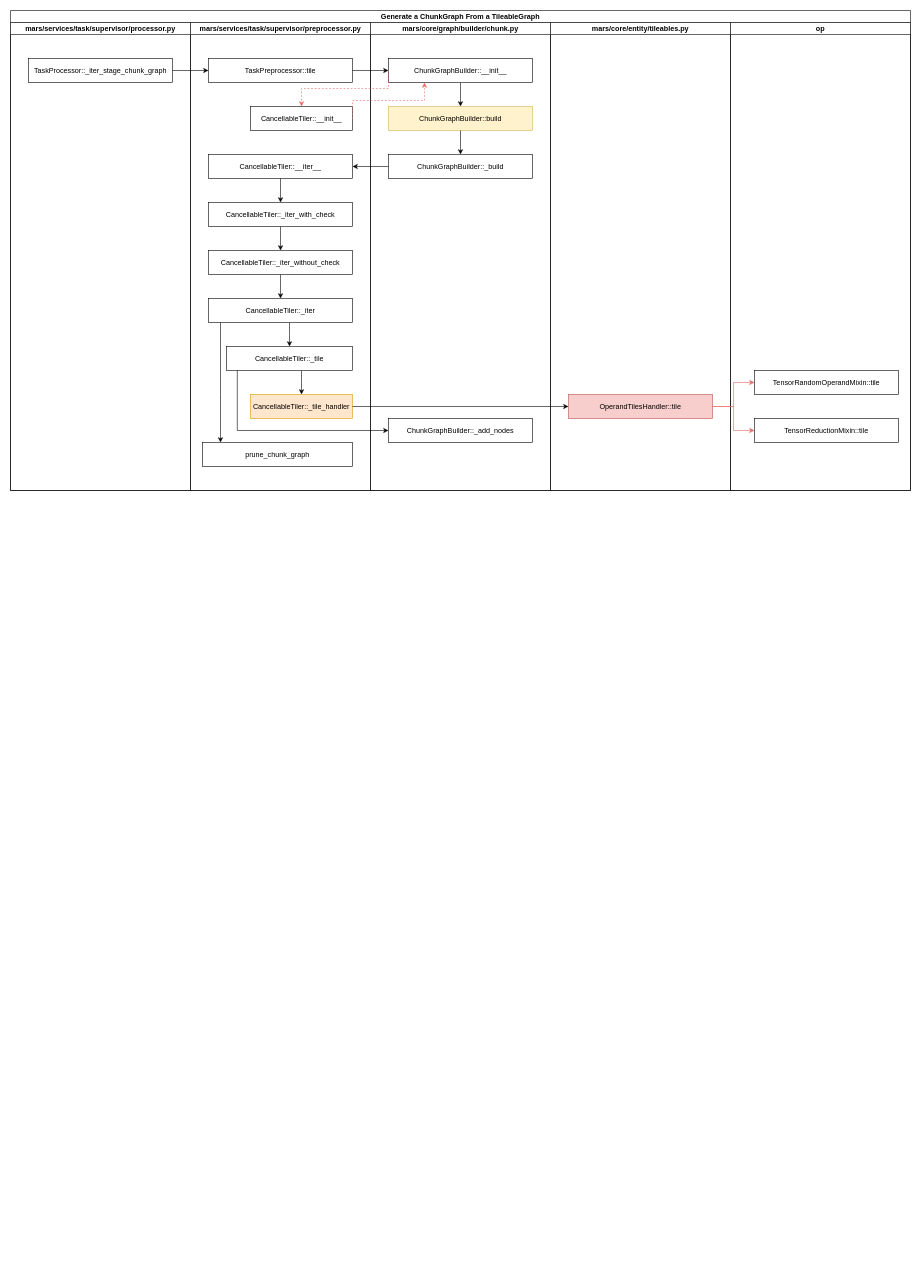
Earlier version of the draw.io diagram page "Tile" (3 of 3) of graphs/mars_cluster_startup_flow_0.1.drawio (zhongchun/daily). Source tidied: cells renumbered, new cells numbered last; positions are measured from the earlier drawing's top-left corner, leaving out a move shared by most shapes. Both pictures are drawn from the tidied source at 60%, with x=0, y=0 at pixel (10, 10).
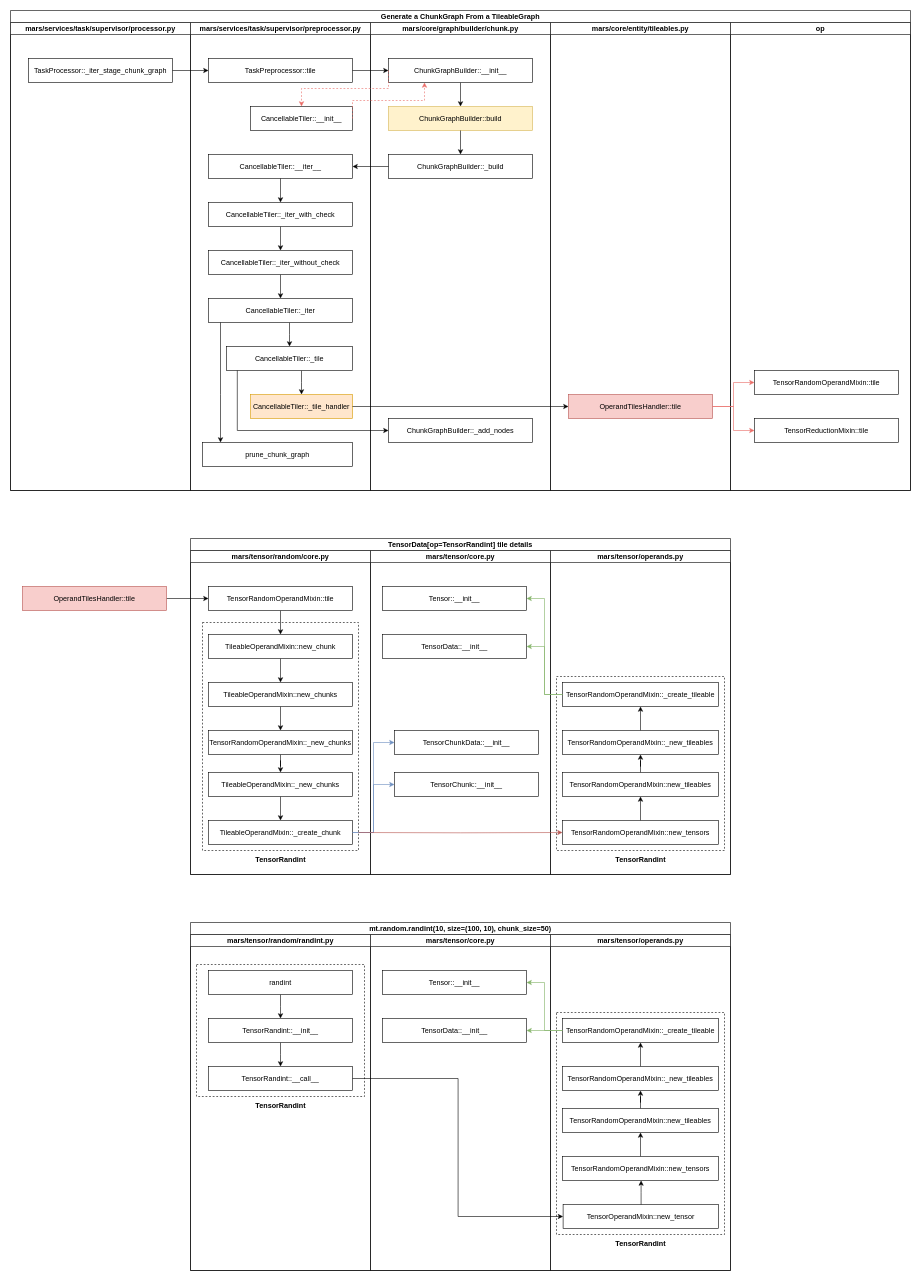
Above is the later version.

The edit, as a diff of the source:
```diff
@@
+    <mxCell id="43" value="TensorData[op=TensorRandint] tile details" style="swimlane;startSize=20;" parent="1" vertex="1">
+      <mxGeometry x="300" y="880" width="900" height="560" as="geometry" />
+    </mxCell>
+    <mxCell id="44" value="mars/tensor/random/core.py" style="swimlane;startSize=20;" parent="43" vertex="1">
+      <mxGeometry y="20" width="300" height="540" as="geometry" />
+    </mxCell>
+    <mxCell id="45" style="rounded=0;whiteSpace=wrap;html=1;dashed=1;" parent="44" vertex="1">
+      <mxGeometry x="20" y="120" width="260" height="380" as="geometry" />
+    </mxCell>
+    <mxCell id="46" style="edgeStyle=orthogonalEdgeStyle;rounded=0;jettySize=auto;html=1;" parent="44" edge="1" source="47" target="49">
+      <mxGeometry relative="1" as="geometry" />
+    </mxCell>
+    <mxCell id="47" value="TensorRandomOperandMixin::tile" style="rounded=0;whiteSpace=wrap;html=1;" parent="44" vertex="1">
+      <mxGeometry x="30" y="60" width="240" height="40" as="geometry" />
+    </mxCell>
+    <mxCell id="48" style="edgeStyle=orthogonalEdgeStyle;rounded=0;jettySize=auto;html=1;" parent="44" edge="1" source="49" target="51">
+      <mxGeometry relative="1" as="geometry" />
+    </mxCell>
+    <mxCell id="49" value="TileableOperandMixin::new_chunk" style="rounded=0;whiteSpace=wrap;html=1;" parent="44" vertex="1">
+      <mxGeometry x="30" y="140" width="240" height="40" as="geometry" />
+    </mxCell>
+    <mxCell id="50" style="edgeStyle=orthogonalEdgeStyle;rounded=0;jettySize=auto;html=1;" parent="44" edge="1" source="51" target="53">
+      <mxGeometry relative="1" as="geometry" />
+    </mxCell>
+    <mxCell id="51" value="TileableOperandMixin::new_chunks" style="rounded=0;whiteSpace=wrap;html=1;" parent="44" vertex="1">
+      <mxGeometry x="30" y="220" width="240" height="40" as="geometry" />
+    </mxCell>
+    <mxCell id="52" style="edgeStyle=orthogonalEdgeStyle;rounded=0;jettySize=auto;html=1;" parent="44" edge="1" source="53" target="55">
+      <mxGeometry relative="1" as="geometry" />
+    </mxCell>
+    <mxCell id="53" value="TensorRandomOperandMixin::_new_chunks" style="rounded=0;whiteSpace=wrap;html=1;" parent="44" vertex="1">
+      <mxGeometry x="30" y="300" width="240" height="40" as="geometry" />
+    </mxCell>
+    <mxCell id="54" style="edgeStyle=orthogonalEdgeStyle;rounded=0;jettySize=auto;html=1;" parent="44" edge="1" source="55" target="56">
+      <mxGeometry relative="1" as="geometry" />
+    </mxCell>
+    <mxCell id="55" value="TileableOperandMixin::_new_chunks" style="rounded=0;whiteSpace=wrap;html=1;" parent="44" vertex="1">
+      <mxGeometry x="30" y="370" width="240" height="40" as="geometry" />
+    </mxCell>
+    <mxCell id="56" value="TileableOperandMixin::_create_chunk" style="rounded=0;whiteSpace=wrap;html=1;" parent="44" vertex="1">
+      <mxGeometry x="30" y="450" width="240" height="40" as="geometry" />
+    </mxCell>
+    <mxCell id="57" value="TensorRandint" style="text;html=1;align=center;verticalAlign=middle;strokeColor=none;fillColor=none;fontStyle=1;" parent="44" vertex="1">
+      <mxGeometry x="95" y="500" width="110" height="30" as="geometry" />
+    </mxCell>
+    <mxCell id="58" value="mars/tensor/core.py" style="swimlane;startSize=20;" parent="43" vertex="1">
+      <mxGeometry x="300" y="20" width="300" height="540" as="geometry" />
+    </mxCell>
+    <mxCell id="59" value="&lt;div class=&quot;lake-content&quot;&gt;&lt;span class=&quot;ne-text&quot;&gt;TensorChunkData::__init__&lt;/span&gt;&lt;/div&gt;" style="rounded=0;whiteSpace=wrap;html=1;" parent="58" vertex="1">
+      <mxGeometry x="40" y="300" width="240" height="40" as="geometry" />
+    </mxCell>
+    <mxCell id="60" value="&lt;div class=&quot;lake-content&quot;&gt;&lt;span class=&quot;ne-text&quot;&gt;TensorChunk::__init__&lt;/span&gt;&lt;/div&gt;" style="rounded=0;whiteSpace=wrap;html=1;" parent="58" vertex="1">
+      <mxGeometry x="40" y="370" width="240" height="40" as="geometry" />
+    </mxCell>
+    <mxCell id="61" value="TensorData::__init__" style="rounded=0;whiteSpace=wrap;html=1;" parent="58" vertex="1">
+      <mxGeometry x="20" y="140" width="240" height="40" as="geometry" />
+    </mxCell>
+    <mxCell id="62" value="Tensor::__init__" style="rounded=0;whiteSpace=wrap;html=1;" parent="58" vertex="1">
+      <mxGeometry x="20" y="60" width="240" height="40" as="geometry" />
+    </mxCell>
+    <mxCell id="63" value="mars/tensor/operands.py" style="swimlane;startSize=20;" parent="43" vertex="1">
+      <mxGeometry x="600" y="20" width="300" height="540" as="geometry" />
+    </mxCell>
+    <mxCell id="64" style="rounded=0;whiteSpace=wrap;html=1;dashed=1;" parent="63" vertex="1">
+      <mxGeometry x="10" y="210" width="280" height="290" as="geometry" />
+    </mxCell>
+    <mxCell id="65" style="edgeStyle=orthogonalEdgeStyle;rounded=0;jettySize=auto;html=1;" parent="63" edge="1" source="66" target="68">
+      <mxGeometry relative="1" as="geometry" />
+    </mxCell>
+    <mxCell id="66" value="TensorRandomOperandMixin::new_tensors" style="rounded=0;whiteSpace=wrap;html=1;" parent="63" vertex="1">
+      <mxGeometry x="20" y="450" width="260" height="40" as="geometry" />
+    </mxCell>
+    <mxCell id="67" style="edgeStyle=orthogonalEdgeStyle;rounded=0;jettySize=auto;html=1;" parent="63" edge="1" source="68" target="70">
+      <mxGeometry relative="1" as="geometry" />
+    </mxCell>
+    <mxCell id="68" value="TensorRandomOperandMixin::new_tileables" style="rounded=0;whiteSpace=wrap;html=1;" parent="63" vertex="1">
+      <mxGeometry x="20" y="370" width="260" height="40" as="geometry" />
+    </mxCell>
+    <mxCell id="69" style="edgeStyle=orthogonalEdgeStyle;rounded=0;jettySize=auto;html=1;" parent="63" edge="1" source="70" target="71">
+      <mxGeometry relative="1" as="geometry" />
+    </mxCell>
+    <mxCell id="70" value="TensorRandomOperandMixin::_new_tileables" style="rounded=0;whiteSpace=wrap;html=1;" parent="63" vertex="1">
+      <mxGeometry x="20" y="300" width="260" height="40" as="geometry" />
+    </mxCell>
+    <mxCell id="71" value="TensorRandomOperandMixin::_create_tileable" style="rounded=0;whiteSpace=wrap;html=1;" parent="63" vertex="1">
+      <mxGeometry x="20" y="220" width="260" height="40" as="geometry" />
+    </mxCell>
+    <mxCell id="72" value="TensorRandint" style="text;html=1;align=center;verticalAlign=middle;strokeColor=none;fillColor=none;fontStyle=1;" parent="63" vertex="1">
+      <mxGeometry x="95" y="500" width="110" height="30" as="geometry" />
+    </mxCell>
+    <mxCell id="73" style="edgeStyle=orthogonalEdgeStyle;rounded=0;jettySize=auto;html=1;entryX=0;entryY=0.5;entryDx=0;entryDy=0;fillColor=#dae8fc;strokeColor=#6c8ebf;" parent="43" edge="1" source="56" target="59">
+      <mxGeometry relative="1" as="geometry" />
+    </mxCell>
+    <mxCell id="74" style="edgeStyle=orthogonalEdgeStyle;rounded=0;jettySize=auto;html=1;exitX=1;exitY=0.5;exitDx=0;exitDy=0;entryX=0;entryY=0.5;entryDx=0;entryDy=0;fillColor=#dae8fc;strokeColor=#6c8ebf;" parent="43" edge="1" source="56" target="60">
+      <mxGeometry relative="1" as="geometry" />
+    </mxCell>
+    <mxCell id="75" style="edgeStyle=orthogonalEdgeStyle;rounded=0;jettySize=auto;html=1;fillColor=#f8cecc;strokeColor=#b85450;" parent="43" edge="1" target="66">
+      <mxGeometry relative="1" as="geometry">
+        <mxPoint x="280" y="490" as="sourcePoint" />
+      </mxGeometry>
+    </mxCell>
+    <mxCell id="76" style="edgeStyle=orthogonalEdgeStyle;rounded=0;jettySize=auto;html=1;entryX=1;entryY=0.5;entryDx=0;entryDy=0;fillColor=#d5e8d4;strokeColor=#82b366;" parent="43" edge="1" source="71" target="61">
+      <mxGeometry relative="1" as="geometry" />
+    </mxCell>
+    <mxCell id="77" style="rounded=0;jettySize=auto;html=1;exitX=0;exitY=0.5;exitDx=0;exitDy=0;entryX=1;entryY=0.5;entryDx=0;entryDy=0;edgeStyle=elbowEdgeStyle;fillColor=#d5e8d4;strokeColor=#82b366;" parent="43" edge="1" source="71" target="62">
+      <mxGeometry relative="1" as="geometry" />
+    </mxCell>
+    <mxCell id="78" style="edgeStyle=orthogonalEdgeStyle;rounded=0;jettySize=auto;html=1;" parent="1" edge="1" source="79" target="47">
+      <mxGeometry relative="1" as="geometry" />
+    </mxCell>
+    <mxCell id="79" value="OperandTilesHandler::tile" style="rounded=0;whiteSpace=wrap;html=1;fillColor=#f8cecc;strokeColor=#b85450;" parent="1" vertex="1">
+      <mxGeometry x="20" y="960" width="240" height="40" as="geometry" />
+    </mxCell>
+    <mxCell id="80" value="mt.random.randint(10, size=(100, 10), chunk_size=50)" style="swimlane;startSize=20;" parent="1" vertex="1">
+      <mxGeometry x="300" y="1520" width="900" height="580" as="geometry" />
+    </mxCell>
+    <mxCell id="81" value="mars/tensor/random/randint.py" style="swimlane;startSize=20;" parent="80" vertex="1">
+      <mxGeometry y="20" width="300" height="560" as="geometry" />
+    </mxCell>
+    <mxCell id="82" style="rounded=0;whiteSpace=wrap;html=1;dashed=1;" parent="81" vertex="1">
+      <mxGeometry x="10" y="50" width="280" height="220" as="geometry" />
+    </mxCell>
+    <mxCell id="83" style="edgeStyle=elbowEdgeStyle;rounded=0;jettySize=auto;html=1;" parent="81" edge="1" source="84" target="87">
+      <mxGeometry relative="1" as="geometry" />
+    </mxCell>
+    <mxCell id="84" value="randint" style="rounded=0;whiteSpace=wrap;html=1;" parent="81" vertex="1">
+      <mxGeometry x="30" y="60" width="240" height="40" as="geometry" />
+    </mxCell>
+    <mxCell id="85" style="edgeStyle=orthogonalEdgeStyle;rounded=0;orthogonalLoop=1;jettySize=auto;html=1;" parent="81" edge="1">
+      <mxGeometry relative="1" as="geometry">
+        <mxPoint x="150" y="180" as="sourcePoint" />
+      </mxGeometry>
+    </mxCell>
+    <mxCell id="86" style="edgeStyle=elbowEdgeStyle;rounded=0;jettySize=auto;html=1;" parent="81" edge="1" source="87" target="88">
+      <mxGeometry relative="1" as="geometry" />
+    </mxCell>
+    <mxCell id="87" value="TensorRandint::__init__" style="rounded=0;whiteSpace=wrap;html=1;" parent="81" vertex="1">
+      <mxGeometry x="30" y="140" width="240" height="40" as="geometry" />
+    </mxCell>
+    <mxCell id="88" value="TensorRandint::__call__" style="rounded=0;whiteSpace=wrap;html=1;" parent="81" vertex="1">
+      <mxGeometry x="30" y="220" width="240" height="40" as="geometry" />
+    </mxCell>
+    <mxCell id="89" value="TensorRandint" style="text;html=1;align=center;verticalAlign=middle;strokeColor=none;fillColor=none;fontStyle=1;" parent="81" vertex="1">
+      <mxGeometry x="95" y="270" width="110" height="30" as="geometry" />
+    </mxCell>
+    <mxCell id="90" value="mars/tensor/core.py" style="swimlane;startSize=20;" parent="80" vertex="1">
+      <mxGeometry x="300" y="20" width="300" height="560" as="geometry" />
+    </mxCell>
+    <mxCell id="91" value="TensorData::__init__" style="rounded=0;whiteSpace=wrap;html=1;" parent="90" vertex="1">
+      <mxGeometry x="20" y="140" width="240" height="40" as="geometry" />
+    </mxCell>
+    <mxCell id="92" value="Tensor::__init__" style="rounded=0;whiteSpace=wrap;html=1;" parent="90" vertex="1">
+      <mxGeometry x="20" y="60" width="240" height="40" as="geometry" />
+    </mxCell>
+    <mxCell id="93" value="mars/tensor/operands.py" style="swimlane;startSize=20;" parent="80" vertex="1">
+      <mxGeometry x="600" y="20" width="300" height="560" as="geometry" />
+    </mxCell>
+    <mxCell id="94" style="rounded=0;whiteSpace=wrap;html=1;dashed=1;" parent="93" vertex="1">
+      <mxGeometry x="10" y="130" width="280" height="370" as="geometry" />
+    </mxCell>
+    <mxCell id="95" style="edgeStyle=orthogonalEdgeStyle;rounded=0;jettySize=auto;html=1;" parent="93" edge="1" source="96" target="98">
+      <mxGeometry relative="1" as="geometry" />
+    </mxCell>
+    <mxCell id="96" value="TensorRandomOperandMixin::new_tensors" style="rounded=0;whiteSpace=wrap;html=1;" parent="93" vertex="1">
+      <mxGeometry x="20" y="370" width="260" height="40" as="geometry" />
+    </mxCell>
+    <mxCell id="97" style="edgeStyle=orthogonalEdgeStyle;rounded=0;jettySize=auto;html=1;" parent="93" edge="1" source="98" target="100">
+      <mxGeometry relative="1" as="geometry" />
+    </mxCell>
+    <mxCell id="98" value="TensorRandomOperandMixin::new_tileables" style="rounded=0;whiteSpace=wrap;html=1;" parent="93" vertex="1">
+      <mxGeometry x="20" y="290" width="260" height="40" as="geometry" />
+    </mxCell>
+    <mxCell id="99" style="edgeStyle=orthogonalEdgeStyle;rounded=0;jettySize=auto;html=1;" parent="93" edge="1" source="100" target="101">
+      <mxGeometry relative="1" as="geometry" />
+    </mxCell>
+    <mxCell id="100" value="TensorRandomOperandMixin::_new_tileables" style="rounded=0;whiteSpace=wrap;html=1;" parent="93" vertex="1">
+      <mxGeometry x="20" y="220" width="260" height="40" as="geometry" />
+    </mxCell>
+    <mxCell id="101" value="TensorRandomOperandMixin::_create_tileable" style="rounded=0;whiteSpace=wrap;html=1;" parent="93" vertex="1">
+      <mxGeometry x="20" y="140" width="260" height="40" as="geometry" />
+    </mxCell>
+    <mxCell id="102" value="TensorOperandMixin::new_tensor" style="rounded=0;whiteSpace=wrap;html=1;" parent="93" vertex="1">
+      <mxGeometry x="21" y="450" width="259" height="40" as="geometry" />
+    </mxCell>
+    <mxCell id="103" style="edgeStyle=elbowEdgeStyle;rounded=0;jettySize=auto;html=1;" parent="93" edge="1" source="102" target="96">
+      <mxGeometry relative="1" as="geometry" />
+    </mxCell>
+    <mxCell id="104" value="TensorRandint" style="text;html=1;align=center;verticalAlign=middle;strokeColor=none;fillColor=none;fontStyle=1;" parent="93" vertex="1">
+      <mxGeometry x="95" y="500" width="110" height="30" as="geometry" />
+    </mxCell>
+    <mxCell id="105" style="edgeStyle=orthogonalEdgeStyle;rounded=0;jettySize=auto;html=1;entryX=1;entryY=0.5;entryDx=0;entryDy=0;fillColor=#d5e8d4;strokeColor=#82b366;" parent="80" edge="1" source="101" target="91">
+      <mxGeometry relative="1" as="geometry" />
+    </mxCell>
+    <mxCell id="106" style="rounded=0;jettySize=auto;html=1;exitX=0;exitY=0.5;exitDx=0;exitDy=0;entryX=1;entryY=0.5;entryDx=0;entryDy=0;edgeStyle=elbowEdgeStyle;fillColor=#d5e8d4;strokeColor=#82b366;" parent="80" edge="1" source="101" target="92">
+      <mxGeometry relative="1" as="geometry" />
+    </mxCell>
+    <mxCell id="107" style="edgeStyle=elbowEdgeStyle;rounded=0;jettySize=auto;html=1;" parent="80" edge="1" source="88" target="102">
+      <mxGeometry relative="1" as="geometry" />
+    </mxCell>
```
